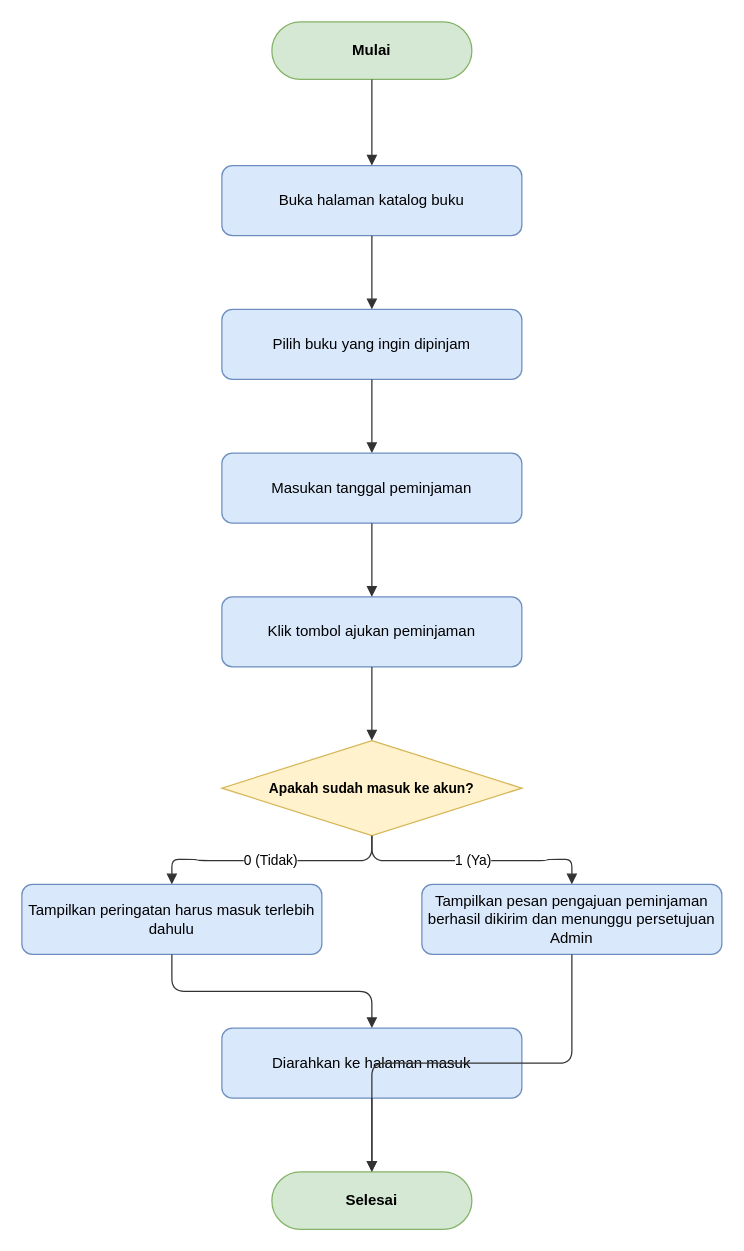
This is docs/diagrams/flowchart/flowchart-peminjaman.drawio from dimstyle/ruang-baca, a draw.io file, before an edit. Source tidied: cells renumbered, new cells numbered last; positions are measured from the earlier drawing's top-left corner, leaving out a move shared by most shapes. Both pictures are drawn from the tidied source at 125%, with x=0, y=0 at pixel (21, 21).
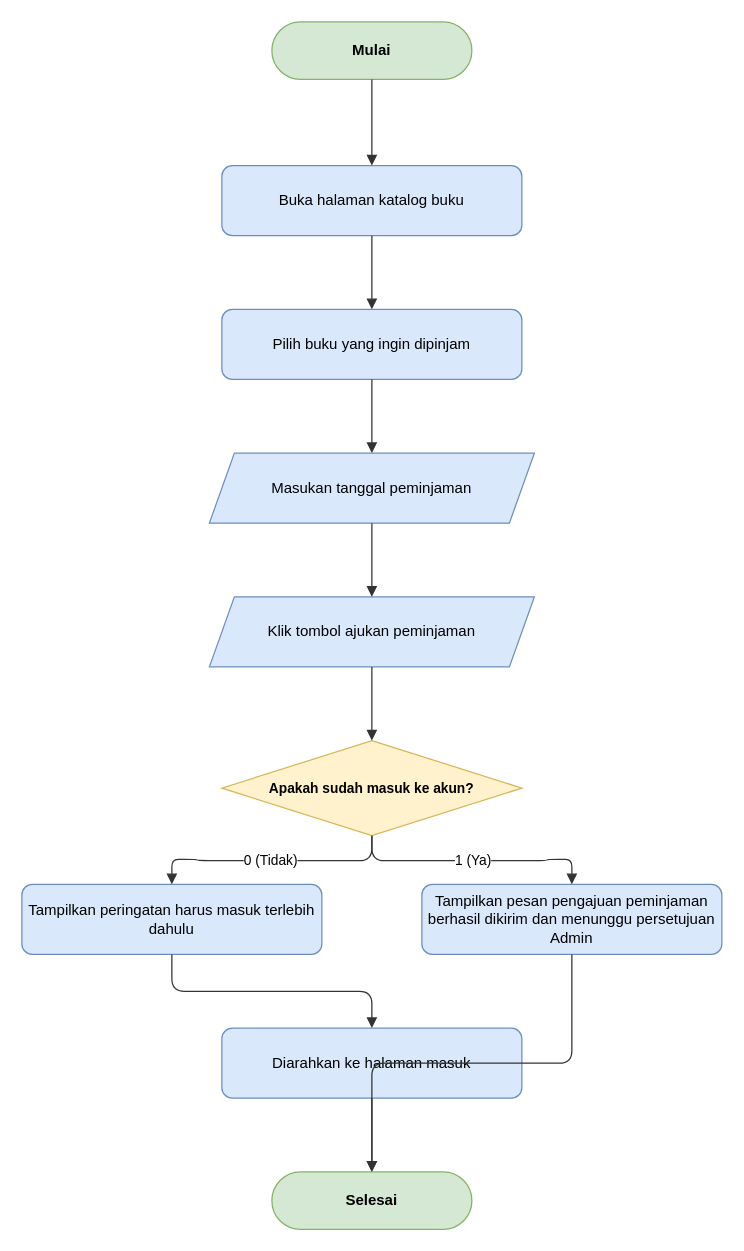
The same page after the edit.

Diff of the diagram source:
```diff
@@
-    <mxCell id="5" value="Masukan tanggal peminjaman" style="rounded=1;whiteSpace=wrap;html=1;fillColor=#dae8fc;strokeColor=#6c8ebf;fontSize=12;" parent="1" vertex="1">
-      <mxGeometry x="160" y="345" width="240" height="56" as="geometry" />
+    <mxCell id="5" value="Masukan tanggal peminjaman" style="shape=parallelogram;perimeter=parallelogramPerimeter;whiteSpace=wrap;html=1;fixedSize=1;fillColor=#dae8fc;strokeColor=#6c8ebf;fontSize=12;" parent="1" vertex="1">
+      <mxGeometry x="150" y="345" width="260" height="56" as="geometry" />
     </mxCell>
-    <mxCell id="6" value="Klik tombol ajukan peminjaman" style="rounded=1;whiteSpace=wrap;html=1;fillColor=#dae8fc;strokeColor=#6c8ebf;fontSize=12;" parent="1" vertex="1">
-      <mxGeometry x="160" y="460" width="240" height="56" as="geometry" />
+    <mxCell id="6" value="Klik tombol ajukan peminjaman" style="shape=parallelogram;perimeter=parallelogramPerimeter;whiteSpace=wrap;html=1;fixedSize=1;fillColor=#dae8fc;strokeColor=#6c8ebf;fontSize=12;" parent="1" vertex="1">
+      <mxGeometry x="150" y="460" width="260" height="56" as="geometry" />
     </mxCell>
```
